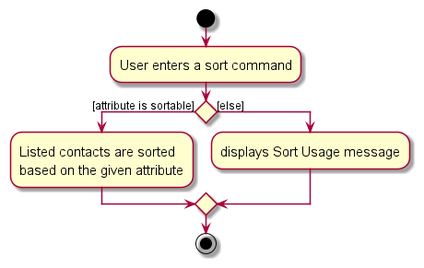
Earlier version of the PlantUML export docs/images/SortActivityDiagram.png (whitesnowx/tp). Its diagram source:
```plantuml
@startuml
skin rose
skinparam ActivityFontSize 15
skinparam ArrowFontSize 12
start
:User enters a sort command;

if () then ([attribute is sortable])
    :Listed contacts are sorted
    based on the given attribute;
else ([else])
    :displays Sort Usage message;
endif
stop
@enduml
```
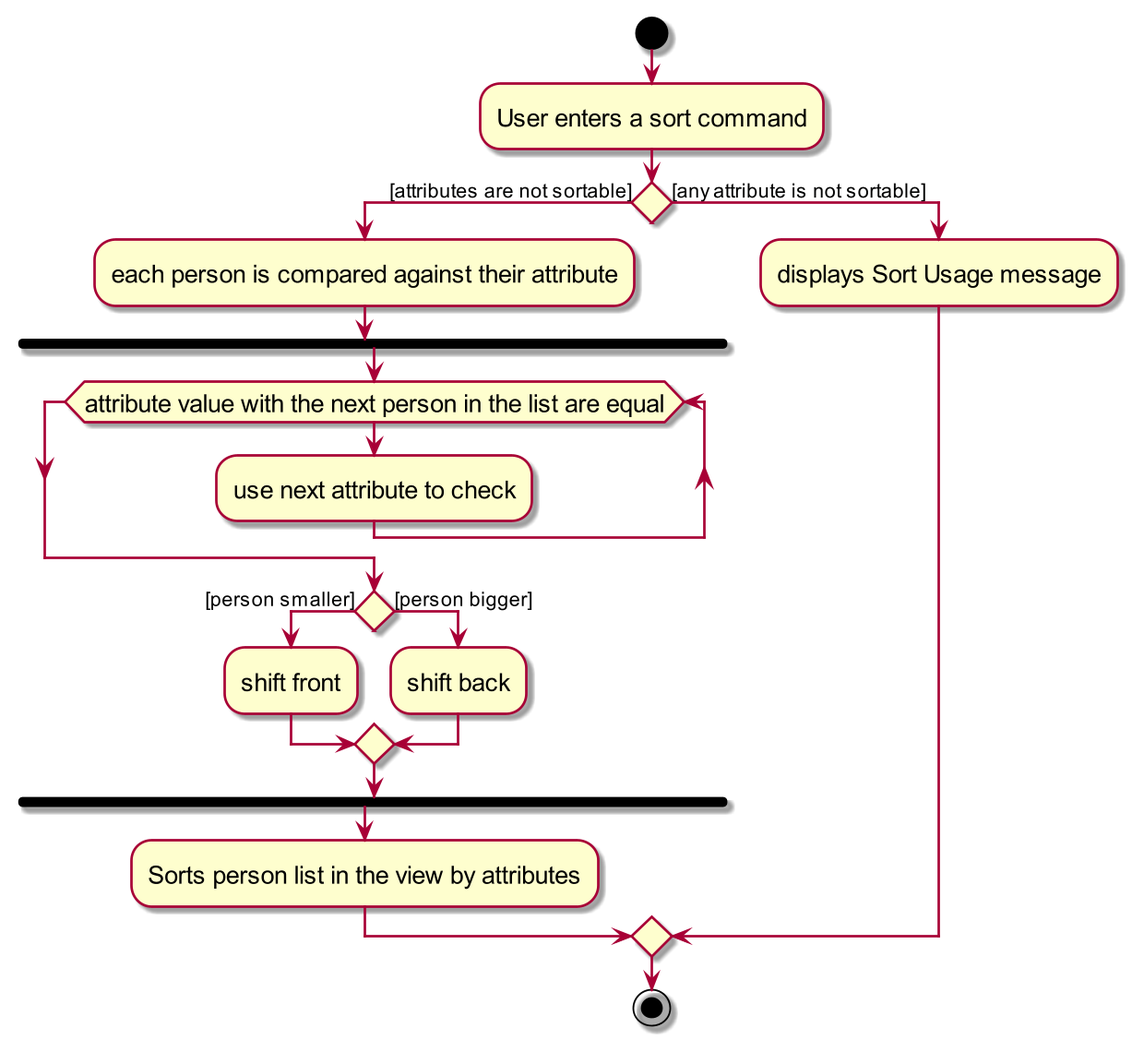
The same diagram one commit later.

Change to the diagram source:
```diff
@@ -5,10 +5,21 @@
 start
 :User enters a sort command;
 
-if () then ([attribute is sortable])
-    :Listed contacts are sorted
-    based on the given attribute;
-else ([else])
+
+if() then ([attributes are not sortable])
+    :each person is compared against their attribute;
+        fork
+            while(attribute value with the next person in the list are equal)
+                :use next attribute to check;
+            endwhile
+            if() then ([person smaller])
+                :shift front;
+            else([person bigger])
+                :shift back;
+            endif
+        end fork
+    :Sorts person list in the view by attributes;
+else([any attribute is not sortable])
     :displays Sort Usage message;
 endif
 stop
```
